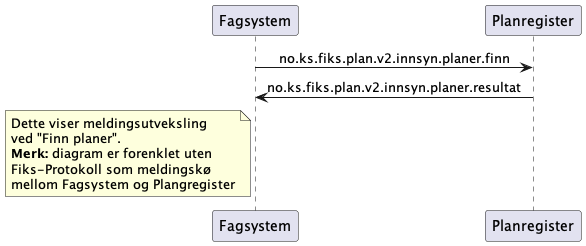
Before: Dokumentasjon/V2/Models/Innsyn/planer-finn/sekvensdiagram-meldingsutveksling.png, a diagram exported from PlantUML (ks-no/fiks-plan-specification). Source of this version:
```plantuml
@startuml
skinparam sequenceMessageAlign center

participant Fagsystem as "Fagsystem"
participant Plangregister as "Planregister"

Fagsystem -> Plangregister : no.ks.fiks.plan.v2.innsyn.planer.finn
Fagsystem <- Plangregister : no.ks.fiks.plan.v2.innsyn.planer.resultat


note left of Fagsystem
Dette viser meldingsutveksling
ved "Finn planer".
**Merk:** diagram er forenklet uten
Fiks-Protokoll som meldingskø
mellom Fagsystem og Plangregister
end note

@enduml
```
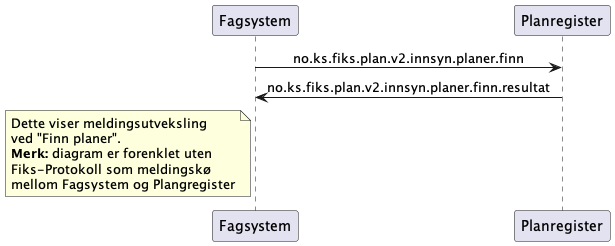
Above is the later version.

What changed in the source:
```diff
@@ -5,7 +5,7 @@
 participant Plangregister as "Planregister"
 
 Fagsystem -> Plangregister : no.ks.fiks.plan.v2.innsyn.planer.finn
-Fagsystem <- Plangregister : no.ks.fiks.plan.v2.innsyn.planer.resultat
+Fagsystem <- Plangregister : no.ks.fiks.plan.v2.innsyn.planer.finn.resultat
 
 
 note left of Fagsystem
```
